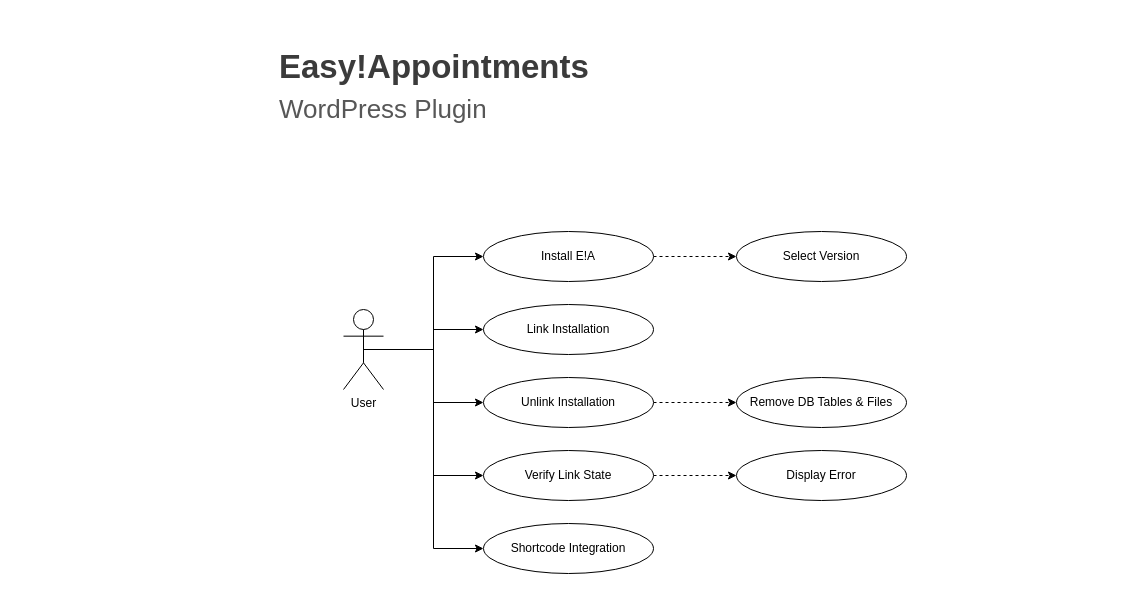
Above: doc/use-cases.drawio.xml in alextselegidis/easyappointments-wordpress (draw.io), before the change. Source tidied: cells renumbered, new cells numbered last; positions are measured from the earlier drawing's top-left corner, leaving out a move shared by most shapes. Both pictures are drawn from the tidied source at 100%, with x=0, y=0 at pixel (277, 26).
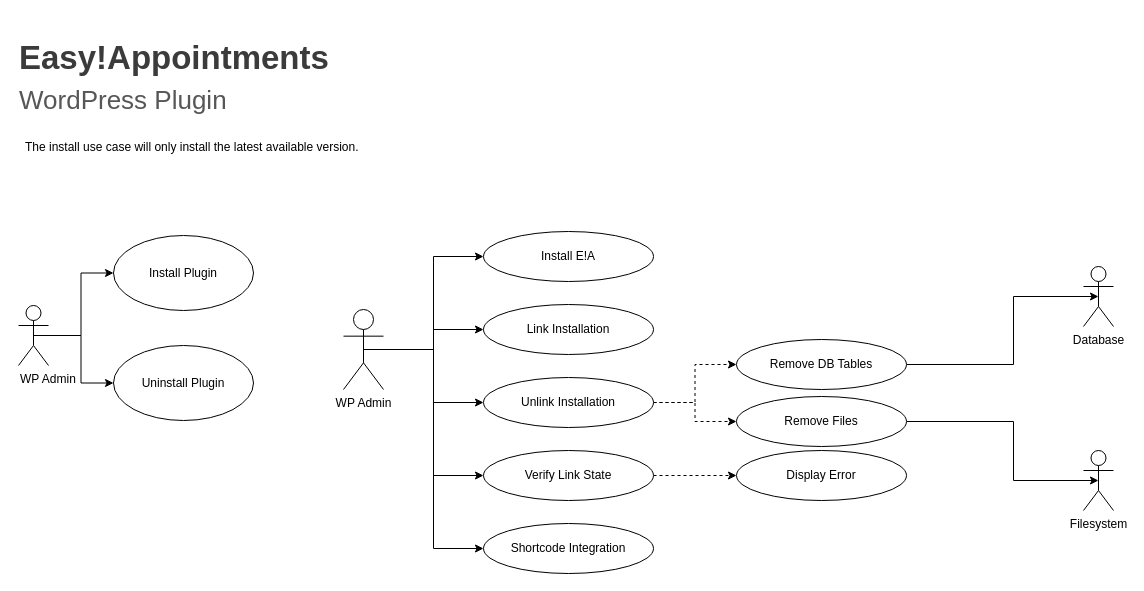
Above is the later version.

Commit message (it also covers changes not shown here):
Updated UML diagrams with new information.

The change refers to these unchanged cells:
```xml
<mxCell id="7" value="Install E!A" style="ellipse;whiteSpace=wrap;html=1;fontSize=12;" parent="1" vertex="1">
  <mxGeometry x="206" y="205" width="170" height="50" as="geometry" />
</mxCell>
<mxCell id="14" value="Unlink Installation" style="ellipse;whiteSpace=wrap;html=1;fontSize=12;flipV=0;" parent="1" vertex="1">
  <mxGeometry x="206" y="351" width="170" height="50" as="geometry" />
</mxCell>
```

The edit, as a diff of the source:
```diff
@@
     <mxCell id="2" value="Easy!Appointments &lt;br&gt;&lt;span style=&quot;font-weight: normal&quot;&gt;&lt;font style=&quot;font-size: 26px&quot; color=&quot;#575757&quot;&gt;WordPress Plugin&lt;/font&gt;&lt;/span&gt;" style="text;html=1;strokeColor=none;fillColor=none;align=left;verticalAlign=middle;whiteSpace=wrap;overflow=hidden;fontSize=33;fontStyle=1;fontColor=#3B3B3B;" parent="1" vertex="1">
-      <mxGeometry width="370" height="120" as="geometry" />
+      <mxGeometry x="-260" y="-9" width="370" height="120" as="geometry" />
     </mxCell>
@@
-    <mxCell id="5" value="User" style="shape=umlActor;verticalLabelPosition=bottom;verticalAlign=top;html=1;fontSize=12;" parent="1" vertex="1">
+    <mxCell id="5" value="WP Admin" style="shape=umlActor;verticalLabelPosition=bottom;verticalAlign=top;html=1;fontSize=12;" parent="1" vertex="1">
       <mxGeometry x="66" y="283" width="40" height="80" as="geometry" />
     </mxCell>
-    <mxCell id="6" style="edgeStyle=orthogonalEdgeStyle;rounded=0;html=1;exitX=1;exitY=0.5;dashed=1;jettySize=auto;entryX=0;entryY=0.5;" parent="1" edge="1" source="7" target="18">
-      <mxGeometry relative="1" as="geometry" />
-    </mxCell>
@@
+    <mxCell id="20" style="edgeStyle=orthogonalEdgeStyle;rounded=0;html=1;exitX=1;exitY=0.5;entryX=0;entryY=0.5;jettySize=auto;dashed=1;" parent="1" edge="1" source="14" target="23">
+      <mxGeometry relative="1" as="geometry" />
+    </mxCell>
@@
+    <mxCell id="21" style="edgeStyle=orthogonalEdgeStyle;rounded=0;html=1;exitX=1;exitY=0.5;startArrow=none;startFill=0;jettySize=auto;entryX=0.5;entryY=0.5;entryPerimeter=0;" parent="1" edge="1" source="17" target="31">
+      <mxGeometry relative="1" as="geometry">
+        <Array as="points">
+          <mxPoint x="736" y="338" />
+          <mxPoint x="736" y="270" />
+        </Array>
+      </mxGeometry>
+    </mxCell>
-    <mxCell id="17" value="Remove DB Tables &amp;amp; Files" style="ellipse;whiteSpace=wrap;html=1;fontSize=12;flipV=0;" parent="1" vertex="1">
-      <mxGeometry x="459" y="351" width="170" height="50" as="geometry" />
+    <mxCell id="17" value="Remove DB Tables" style="ellipse;whiteSpace=wrap;html=1;fontSize=12;flipV=0;" parent="1" vertex="1">
+      <mxGeometry x="459" y="313" width="170" height="50" as="geometry" />
     </mxCell>
-    <mxCell id="18" value="Select Version" style="ellipse;whiteSpace=wrap;html=1;fontSize=12;" parent="1" vertex="1">
-      <mxGeometry x="459" y="205" width="170" height="50" as="geometry" />
-    </mxCell>
@@
+    <mxCell id="22" style="edgeStyle=orthogonalEdgeStyle;rounded=0;html=1;exitX=1;exitY=0.5;entryX=0.5;entryY=0.5;entryPerimeter=0;startArrow=none;startFill=0;jettySize=auto;" parent="1" edge="1" source="23" target="32">
+      <mxGeometry relative="1" as="geometry">
+        <Array as="points">
+          <mxPoint x="736" y="395" />
+          <mxPoint x="736" y="454" />
+        </Array>
+      </mxGeometry>
+    </mxCell>
+    <mxCell id="23" value="Remove Files" style="ellipse;whiteSpace=wrap;html=1;fontSize=12;flipV=0;" parent="1" vertex="1">
+      <mxGeometry x="459" y="370" width="170" height="50" as="geometry" />
+    </mxCell>
+    <mxCell id="24" value="The install use case will only install the latest available version." style="text;html=1;strokeColor=none;fillColor=none;align=left;verticalAlign=middle;whiteSpace=wrap;overflow=hidden;" parent="1" vertex="1">
+      <mxGeometry x="-254" y="101" width="350" height="40" as="geometry" />
+    </mxCell>
+    <mxCell id="25" style="edgeStyle=orthogonalEdgeStyle;rounded=0;html=1;exitX=0.5;exitY=0;entryX=0.5;entryY=0;dashed=1;jettySize=auto;orthogonalLoop=1;" parent="1" edge="1" source="24" target="24">
+      <mxGeometry relative="1" as="geometry" />
+    </mxCell>
+    <mxCell id="26" style="edgeStyle=orthogonalEdgeStyle;rounded=0;html=1;exitX=0.5;exitY=0.5;exitPerimeter=0;entryX=0;entryY=0.5;startArrow=none;startFill=0;jettySize=auto;" parent="1" edge="1" source="28" target="29">
+      <mxGeometry relative="1" as="geometry" />
+    </mxCell>
+    <mxCell id="27" style="edgeStyle=orthogonalEdgeStyle;rounded=0;html=1;exitX=0.5;exitY=0.5;exitPerimeter=0;entryX=0;entryY=0.5;startArrow=none;startFill=0;jettySize=auto;" parent="1" edge="1" source="28" target="30">
+      <mxGeometry relative="1" as="geometry" />
+    </mxCell>
+    <mxCell id="28" value="&lt;div style=&quot;text-align: left&quot;&gt;&lt;span style=&quot;line-height: 1.2&quot;&gt;WP Admin&lt;/span&gt;&lt;/div&gt;" style="shape=umlActor;verticalLabelPosition=bottom;labelBackgroundColor=#ffffff;verticalAlign=top;html=1;align=left;" parent="1" vertex="1">
+      <mxGeometry x="-259" y="279" width="30" height="60" as="geometry" />
+    </mxCell>
+    <mxCell id="29" value="&lt;div style=&quot;text-align: center&quot;&gt;&lt;span style=&quot;line-height: 1.2&quot;&gt;Install Plugin&lt;/span&gt;&lt;/div&gt;" style="ellipse;whiteSpace=wrap;html=1;align=center;" parent="1" vertex="1">
+      <mxGeometry x="-164" y="209" width="140" height="75" as="geometry" />
+    </mxCell>
+    <mxCell id="30" value="&lt;div style=&quot;text-align: center&quot;&gt;&lt;span style=&quot;line-height: 1.2&quot;&gt;Uninstall Plugin&lt;/span&gt;&lt;/div&gt;" style="ellipse;whiteSpace=wrap;html=1;align=center;" parent="1" vertex="1">
+      <mxGeometry x="-164" y="319" width="140" height="75" as="geometry" />
+    </mxCell>
+    <mxCell id="31" value="Database" style="shape=umlActor;verticalLabelPosition=bottom;labelBackgroundColor=#ffffff;verticalAlign=top;html=1;align=center;" parent="1" vertex="1">
+      <mxGeometry x="806" y="240" width="30" height="60" as="geometry" />
+    </mxCell>
+    <mxCell id="32" value="Filesystem" style="shape=umlActor;verticalLabelPosition=bottom;labelBackgroundColor=#ffffff;verticalAlign=top;html=1;align=center;" parent="1" vertex="1">
+      <mxGeometry x="806" y="424" width="30" height="60" as="geometry" />
+    </mxCell>
```
